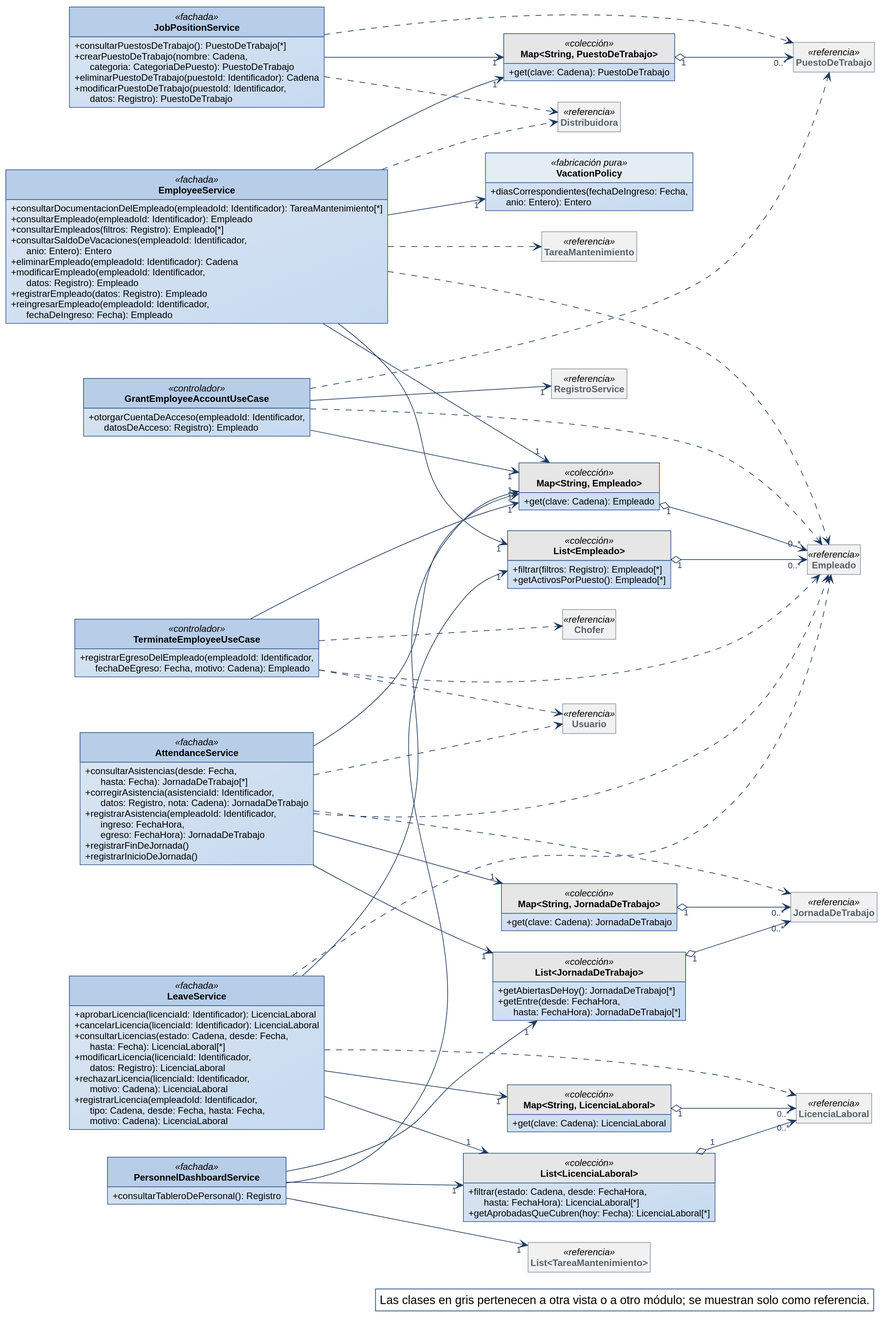
Earlier version of the PlantUML export diagramas/clases-diseno/DC_Mod_Personal.svg (Nahuelito-Dev/splg-docs). Source of this version:
```plantuml
@startuml
!include ../estilo-vp.iuml
skinparam nodesep 40
skinparam ranksep 55
skinparam genericDisplay old
skinparam class<<referencia>> {
  BackgroundColor #F1F1F1
  BorderColor #8A97A3
  FontColor #55616C
}
skinparam class<<fachada>> {
  HeaderBackgroundColor #B7CDE8
}
skinparam class<<controlador>> {
  HeaderBackgroundColor #B7CDE8
}
skinparam class<<fabricación pura>> {
  HeaderBackgroundColor #E4ECF6
}
skinparam class<<colección>> {
  HeaderBackgroundColor #E6E6E6
}
skinparam class<<adaptador>> {
  HeaderBackgroundColor #D5E3F3
}
skinparam packageStyle rectangle
hide circle
hide empty members

left to right direction
skinparam nodesep 25
skinparam ranksep 90
class JobPositionService <<fachada>> {
  + consultarPuestosDeTrabajo(): PuestoDeTrabajo[*]
  + crearPuestoDeTrabajo(nombre: Cadena,\n      categoria: CategoriaDePuesto): PuestoDeTrabajo
  + eliminarPuestoDeTrabajo(puestoId: Identificador): Cadena
  + modificarPuestoDeTrabajo(puestoId: Identificador,\n      datos: Registro): PuestoDeTrabajo
}
class EmployeeService <<fachada>> {
  + consultarDocumentacionDelEmpleado(empleadoId: Identificador): TareaMantenimiento[*]
  + consultarEmpleado(empleadoId: Identificador): Empleado
  + consultarEmpleados(filtros: Registro): Empleado[*]
  + consultarSaldoDeVacaciones(empleadoId: Identificador,\n      anio: Entero): Entero
  + eliminarEmpleado(empleadoId: Identificador): Cadena
  + modificarEmpleado(empleadoId: Identificador,\n      datos: Registro): Empleado
  + registrarEmpleado(datos: Registro): Empleado
  + reingresarEmpleado(empleadoId: Identificador,\n      fechaDeIngreso: Fecha): Empleado
}
class "Map<String, PuestoDeTrabajo>" as Map_String_PuestoDeTrabajo <<colección>> {
  + get(clave: Cadena): PuestoDeTrabajo
}
class "Map<String, Empleado>" as Map_String_Empleado <<colección>> {
  + get(clave: Cadena): Empleado
}
class "List<Empleado>" as List_Empleado <<colección>> {
  + filtrar(filtros: Registro): Empleado[*]
  + getActivosPorPuesto(): Empleado[*]
}
class TerminateEmployeeUseCase <<controlador>> {
  + registrarEgresoDelEmpleado(empleadoId: Identificador,\n      fechaDeEgreso: Fecha, motivo: Cadena): Empleado
}
class GrantEmployeeAccountUseCase <<controlador>> {
  + otorgarCuentaDeAcceso(empleadoId: Identificador,\n      datosDeAcceso: Registro): Empleado
}
class AttendanceService <<fachada>> {
  + consultarAsistencias(desde: Fecha,\n      hasta: Fecha): JornadaDeTrabajo[*]
  + corregirAsistencia(asistenciaId: Identificador,\n      datos: Registro, nota: Cadena): JornadaDeTrabajo
  + registrarAsistencia(empleadoId: Identificador,\n      ingreso: FechaHora,\n      egreso: FechaHora): JornadaDeTrabajo
  + registrarFinDeJornada()
  + registrarInicioDeJornada()
}
class LeaveService <<fachada>> {
  + aprobarLicencia(licenciaId: Identificador): LicenciaLaboral
  + cancelarLicencia(licenciaId: Identificador): LicenciaLaboral
  + consultarLicencias(estado: Cadena, desde: Fecha,\n      hasta: Fecha): LicenciaLaboral[*]
  + modificarLicencia(licenciaId: Identificador,\n      datos: Registro): LicenciaLaboral
  + rechazarLicencia(licenciaId: Identificador,\n      motivo: Cadena): LicenciaLaboral
  + registrarLicencia(empleadoId: Identificador,\n      tipo: Cadena, desde: Fecha, hasta: Fecha,\n      motivo: Cadena): LicenciaLaboral
}
class "Map<String, LicenciaLaboral>" as Map_String_LicenciaLaboral <<colección>> {
  + get(clave: Cadena): LicenciaLaboral
}
class VacationPolicy <<fabricación pura>> {
  + diasCorrespondientes(fechaDeIngreso: Fecha,\n      anio: Entero): Entero
}
class PersonnelDashboardService <<fachada>> {
  + consultarTableroDePersonal(): Registro
}
class "List<JornadaDeTrabajo>" as List_JornadaDeTrabajo <<colección>> {
  + getAbiertasDeHoy(): JornadaDeTrabajo[*]
  + getEntre(desde: FechaHora,\n      hasta: FechaHora): JornadaDeTrabajo[*]
}
class "List<LicenciaLaboral>" as List_LicenciaLaboral <<colección>> {
  + filtrar(estado: Cadena, desde: FechaHora,\n      hasta: FechaHora): LicenciaLaboral[*]
  + getAprobadasQueCubren(hoy: Fecha): LicenciaLaboral[*]
}
class "Map<String, JornadaDeTrabajo>" as Map_String_JornadaDeTrabajo <<colección>> {
  + get(clave: Cadena): JornadaDeTrabajo
}
class PuestoDeTrabajo <<referencia>>
class Empleado <<referencia>>
class LicenciaLaboral <<referencia>>
class JornadaDeTrabajo <<referencia>>
class RegistroService <<referencia>>
class "List<TareaMantenimiento>" as List_TareaMantenimiento <<referencia>>
class Usuario <<referencia>>
class Distribuidora <<referencia>>
class TareaMantenimiento <<referencia>>
class Chofer <<referencia>>

Map_String_PuestoDeTrabajo "1" o--> "0..*" PuestoDeTrabajo
Map_String_Empleado "1" o--> "0..*" Empleado
List_Empleado "1" o--> "0..*" Empleado
Map_String_LicenciaLaboral "1" o--> "0..*" LicenciaLaboral
List_JornadaDeTrabajo "1" o--> "0..*" JornadaDeTrabajo
List_LicenciaLaboral "1" o--> "0..*" LicenciaLaboral
Map_String_JornadaDeTrabajo "1" o--> "0..*" JornadaDeTrabajo
AttendanceService --> "1" List_JornadaDeTrabajo
AttendanceService --> "1" Map_String_Empleado
AttendanceService --> "1" Map_String_JornadaDeTrabajo
EmployeeService --> "1" List_Empleado
EmployeeService --> "1" Map_String_Empleado
EmployeeService --> "1" Map_String_PuestoDeTrabajo
EmployeeService --> "1" VacationPolicy
GrantEmployeeAccountUseCase --> "1" Map_String_Empleado
GrantEmployeeAccountUseCase --> "1" RegistroService
JobPositionService --> "1" Map_String_PuestoDeTrabajo
LeaveService --> "1" List_LicenciaLaboral
LeaveService --> "1" Map_String_Empleado
LeaveService --> "1" Map_String_LicenciaLaboral
PersonnelDashboardService --> "1" List_Empleado
PersonnelDashboardService --> "1" List_JornadaDeTrabajo
PersonnelDashboardService --> "1" List_LicenciaLaboral
PersonnelDashboardService --> "1" List_TareaMantenimiento
TerminateEmployeeUseCase --> "1" Map_String_Empleado
AttendanceService ..> Empleado
AttendanceService ..> JornadaDeTrabajo
AttendanceService ..> Usuario
EmployeeService ..> Distribuidora
EmployeeService ..> Empleado
EmployeeService ..> TareaMantenimiento
GrantEmployeeAccountUseCase ..> Empleado
GrantEmployeeAccountUseCase ..> PuestoDeTrabajo
JobPositionService ..> Distribuidora
JobPositionService ..> PuestoDeTrabajo
LeaveService ..> Empleado
LeaveService ..> LicenciaLaboral
TerminateEmployeeUseCase ..> Chofer
TerminateEmployeeUseCase ..> Empleado
TerminateEmployeeUseCase ..> Usuario

legend bottom right
  Las clases en gris pertenecen a otra vista o a otro módulo; se muestran solo como referencia.
endlegend
@enduml
```
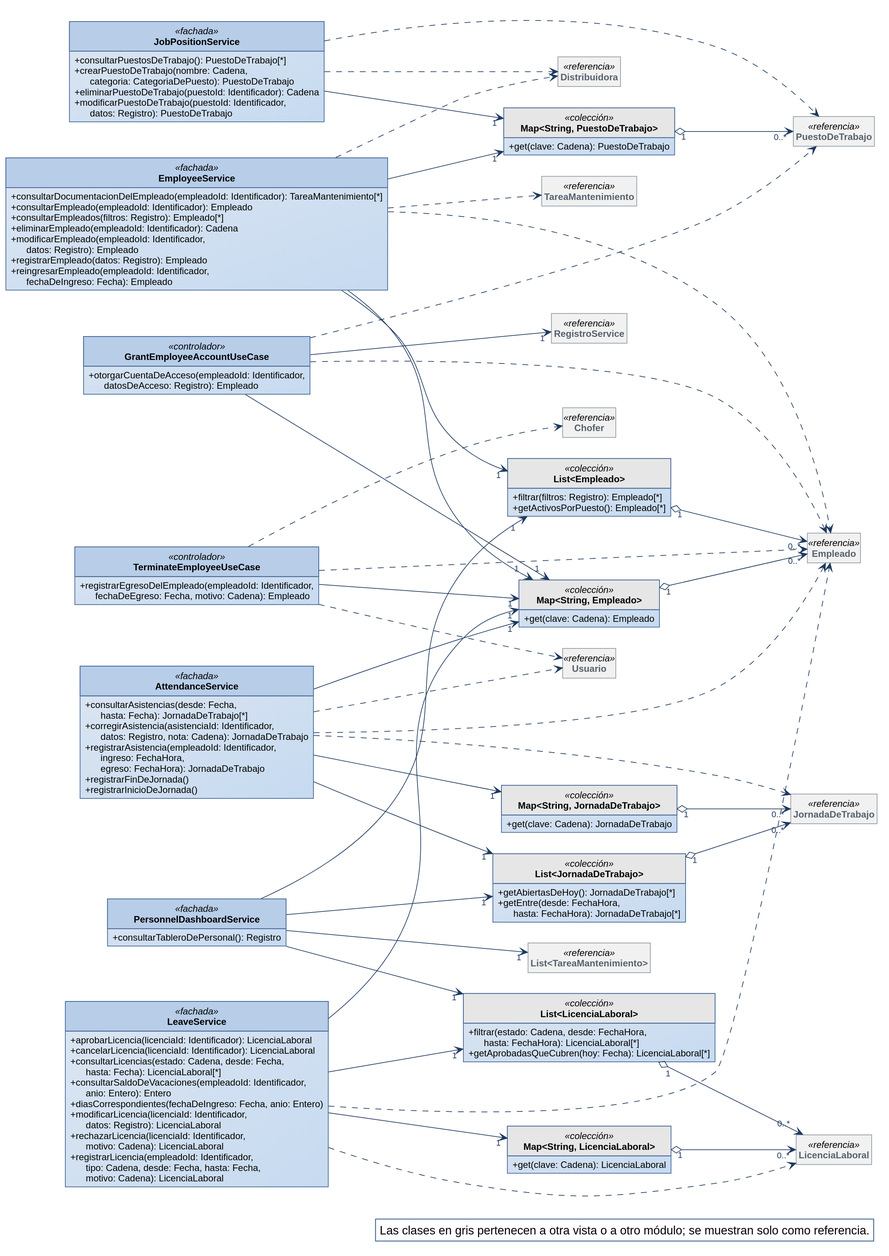
The same diagram one commit later.

Diff of the diagram source:
```diff
@@ -40,7 +40,6 @@
   + consultarDocumentacionDelEmpleado(empleadoId: Identificador): TareaMantenimiento[*]
   + consultarEmpleado(empleadoId: Identificador): Empleado
   + consultarEmpleados(filtros: Registro): Empleado[*]
-  + consultarSaldoDeVacaciones(empleadoId: Identificador,\n      anio: Entero): Entero
   + eliminarEmpleado(empleadoId: Identificador): Cadena
   + modificarEmpleado(empleadoId: Identificador,\n      datos: Registro): Empleado
   + registrarEmpleado(datos: Registro): Empleado
@@ -73,18 +72,20 @@
   + aprobarLicencia(licenciaId: Identificador): LicenciaLaboral
   + cancelarLicencia(licenciaId: Identificador): LicenciaLaboral
   + consultarLicencias(estado: Cadena, desde: Fecha,\n      hasta: Fecha): LicenciaLaboral[*]
+  + consultarSaldoDeVacaciones(empleadoId: Identificador,\n      anio: Entero): Entero
+  + diasCorrespondientes(fechaDeIngreso: Fecha, anio: Entero)
   + modificarLicencia(licenciaId: Identificador,\n      datos: Registro): LicenciaLaboral
   + rechazarLicencia(licenciaId: Identificador,\n      motivo: Cadena): LicenciaLaboral
   + registrarLicencia(empleadoId: Identificador,\n      tipo: Cadena, desde: Fecha, hasta: Fecha,\n      motivo: Cadena): LicenciaLaboral
 }
+class PersonnelDashboardService <<fachada>> {
+  + consultarTableroDePersonal(): Registro
+}
+class "Map<String, JornadaDeTrabajo>" as Map_String_JornadaDeTrabajo <<colección>> {
+  + get(clave: Cadena): JornadaDeTrabajo
+}
 class "Map<String, LicenciaLaboral>" as Map_String_LicenciaLaboral <<colección>> {
   + get(clave: Cadena): LicenciaLaboral
-}
-class VacationPolicy <<fabricación pura>> {
-  + diasCorrespondientes(fechaDeIngreso: Fecha,\n      anio: Entero): Entero
-}
-class PersonnelDashboardService <<fachada>> {
-  + consultarTableroDePersonal(): Registro
 }
 class "List<JornadaDeTrabajo>" as List_JornadaDeTrabajo <<colección>> {
   + getAbiertasDeHoy(): JornadaDeTrabajo[*]
@@ -93,9 +94,6 @@
 class "List<LicenciaLaboral>" as List_LicenciaLaboral <<colección>> {
   + filtrar(estado: Cadena, desde: FechaHora,\n      hasta: FechaHora): LicenciaLaboral[*]
   + getAprobadasQueCubren(hoy: Fecha): LicenciaLaboral[*]
-}
-class "Map<String, JornadaDeTrabajo>" as Map_String_JornadaDeTrabajo <<colección>> {
-  + get(clave: Cadena): JornadaDeTrabajo
 }
 class PuestoDeTrabajo <<referencia>>
 class Empleado <<referencia>>
@@ -121,7 +119,6 @@
 EmployeeService --> "1" List_Empleado
 EmployeeService --> "1" Map_String_Empleado
 EmployeeService --> "1" Map_String_PuestoDeTrabajo
-EmployeeService --> "1" VacationPolicy
 GrantEmployeeAccountUseCase --> "1" Map_String_Empleado
 GrantEmployeeAccountUseCase --> "1" RegistroService
 JobPositionService --> "1" Map_String_PuestoDeTrabajo
```
